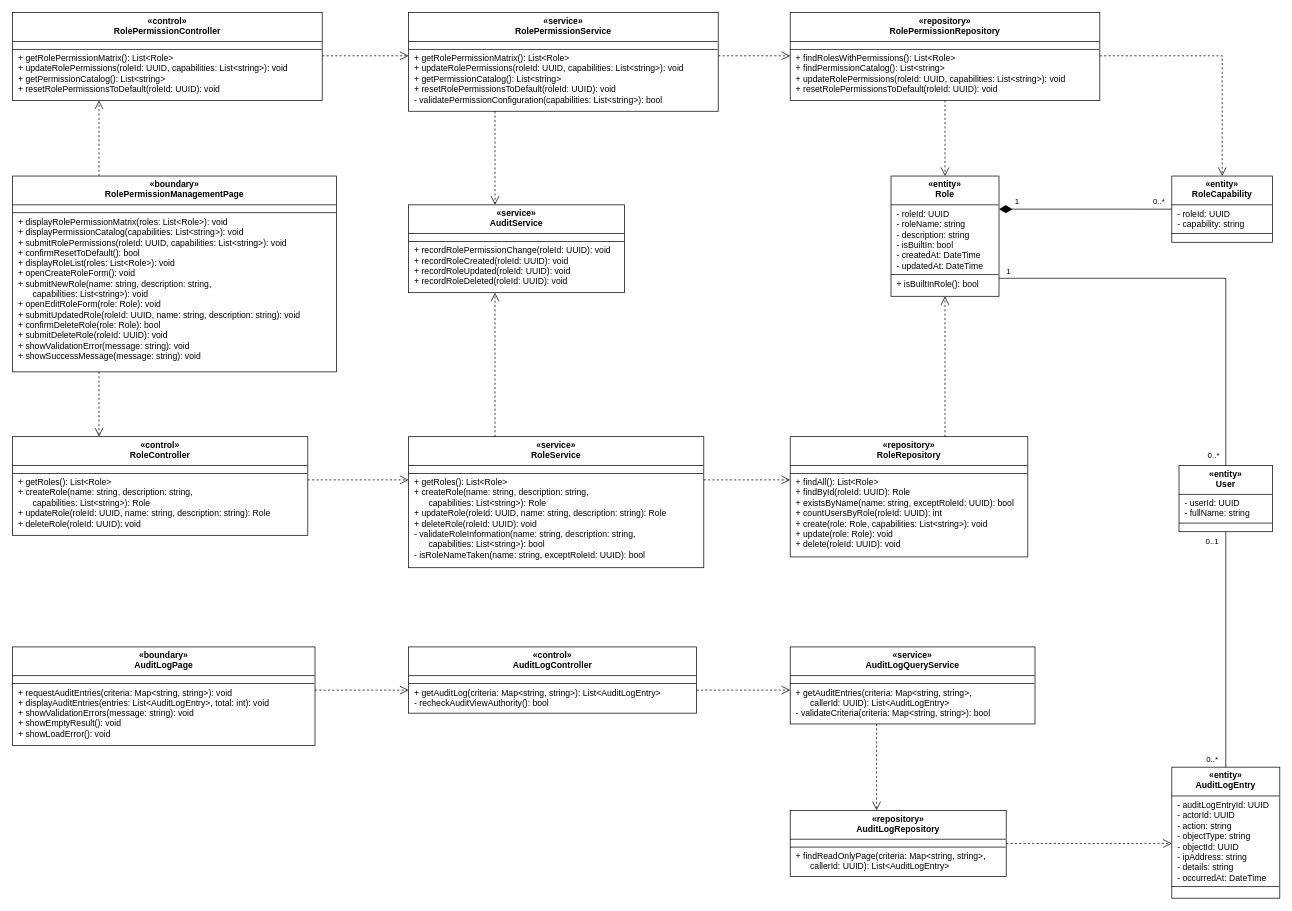
callmehai/FU-FA26-G116 keeps this draw.io diagram as docs/07-classdiagram/feature-03-role-management-class-diagram.drawio. Above is the earlier version. Source tidied: cells renumbered, new cells numbered last; positions are measured from the earlier drawing's top-left corner, leaving out a move shared by most shapes. Both pictures are drawn from the tidied source at 72%, with x=0, y=0 at pixel (12, 12).
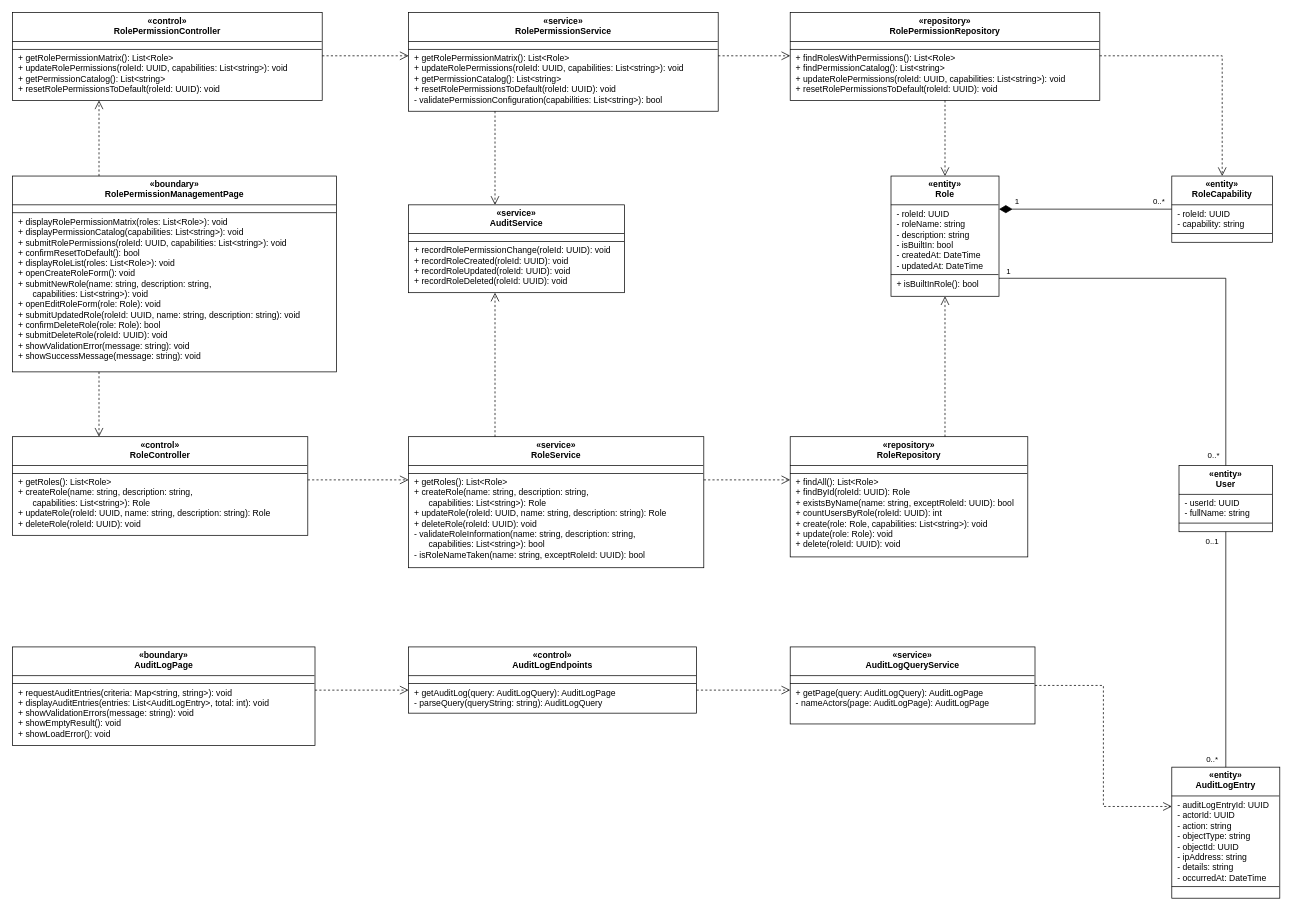
The same page after the edit.

The change refers to these unchanged cells:
```xml
<mxCell id="13" value="&lt;div style=&quot;text-align:center;font-weight:bold;padding:5px 4px 4px 4px;height:31px;&quot;&gt;«entity»&lt;br&gt;AuditLogEntry&lt;/div&gt;&lt;hr style=&quot;margin:0;border:none;border-top:1px solid #000000;height:0;&quot;&gt;&lt;div style=&quot;text-align:left;padding:5px 8px 5px 8px;white-space:nowrap;&quot;&gt;- auditLogEntryId: UUID&lt;br&gt;- actorId: UUID&lt;br&gt;- action: string&lt;br&gt;- objectType: string&lt;br&gt;- objectId: UUID&lt;br&gt;- ipAddress: string&lt;br&gt;- details: string&lt;br&gt;- occurredAt: DateTime&lt;/div&gt;&lt;hr style=&quot;margin:0;border:none;border-top:1px solid #000000;height:0;&quot;&gt;&lt;div style=&quot;text-align:left;padding:5px 8px 5px 8px;white-space:nowrap;&quot;&gt;&lt;/div&gt;" style="rounded=0;whiteSpace=wrap;html=1;align=left;verticalAlign=top;spacing=0;overflow=fill;fillColor=#ffffff;strokeColor=#000000;fontSize=12;fontFamily=Helvetica;fontColor=#000000;" parent="1" vertex="1">
  <mxGeometry x="1610" y="1048" width="150" height="182" as="geometry" />
</mxCell>
```

What changed in the source:
```diff
@@
-    <mxCell id="15" value="&lt;div style=&quot;text-align:center;font-weight:bold;padding:5px 4px 4px 4px;height:31px;&quot;&gt;«control»&lt;br&gt;AuditLogController&lt;/div&gt;&lt;hr style=&quot;margin:0;border:none;border-top:1px solid #000000;height:0;&quot;&gt;&lt;div style=&quot;text-align:left;padding:5px 8px 5px 8px;white-space:nowrap;&quot;&gt;&lt;/div&gt;&lt;hr style=&quot;margin:0;border:none;border-top:1px solid #000000;height:0;&quot;&gt;&lt;div style=&quot;text-align:left;padding:5px 8px 5px 8px;white-space:nowrap;&quot;&gt;+ getAuditLog(criteria: Map&amp;lt;string, string&amp;gt;): List&amp;lt;AuditLogEntry&amp;gt;&lt;br&gt;- recheckAuditViewAuthority(): bool&lt;/div&gt;" style="rounded=0;whiteSpace=wrap;html=1;align=left;verticalAlign=top;spacing=0;overflow=fill;fillColor=#ffffff;strokeColor=#000000;fontSize=12;fontFamily=Helvetica;fontColor=#000000;" parent="1" vertex="1">
+    <mxCell id="15" value="&lt;div style=&quot;text-align:center;font-weight:bold;padding:5px 4px 4px 4px;height:31px;&quot;&gt;«control»&lt;br&gt;AuditLogEndpoints&lt;/div&gt;&lt;hr style=&quot;margin:0;border:none;border-top:1px solid #000000;height:0;&quot;&gt;&lt;div style=&quot;text-align:left;padding:5px 8px 5px 8px;white-space:nowrap;&quot;&gt;&lt;/div&gt;&lt;hr style=&quot;margin:0;border:none;border-top:1px solid #000000;height:0;&quot;&gt;&lt;div style=&quot;text-align:left;padding:5px 8px 5px 8px;white-space:nowrap;&quot;&gt;+ getAuditLog(query: AuditLogQuery): AuditLogPage&lt;br&gt;- parseQuery(queryString: string): AuditLogQuery&lt;/div&gt;" style="rounded=0;whiteSpace=wrap;html=1;align=left;verticalAlign=top;spacing=0;overflow=fill;fillColor=#ffffff;strokeColor=#000000;fontSize=12;fontFamily=Helvetica;fontColor=#000000;" parent="1" vertex="1">
       <mxGeometry x="550" y="881" width="400" height="92" as="geometry" />
     </mxCell>
-    <mxCell id="16" value="&lt;div style=&quot;text-align:center;font-weight:bold;padding:5px 4px 4px 4px;height:31px;&quot;&gt;«service»&lt;br&gt;AuditLogQueryService&lt;/div&gt;&lt;hr style=&quot;margin:0;border:none;border-top:1px solid #000000;height:0;&quot;&gt;&lt;div style=&quot;text-align:left;padding:5px 8px 5px 8px;white-space:nowrap;&quot;&gt;&lt;/div&gt;&lt;hr style=&quot;margin:0;border:none;border-top:1px solid #000000;height:0;&quot;&gt;&lt;div style=&quot;text-align:left;padding:5px 8px 5px 8px;white-space:nowrap;&quot;&gt;+ getAuditEntries(criteria: Map&amp;lt;string, string&amp;gt;,&lt;br&gt;&amp;nbsp;&amp;nbsp;&amp;nbsp;&amp;nbsp;&amp;nbsp;&amp;nbsp;callerId: UUID): List&amp;lt;AuditLogEntry&amp;gt;&lt;br&gt;- validateCriteria(criteria: Map&amp;lt;string, string&amp;gt;): bool&lt;/div&gt;" style="rounded=0;whiteSpace=wrap;html=1;align=left;verticalAlign=top;spacing=0;overflow=fill;fillColor=#ffffff;strokeColor=#000000;fontSize=12;fontFamily=Helvetica;fontColor=#000000;" parent="1" vertex="1">
+    <mxCell id="16" value="&lt;div style=&quot;text-align:center;font-weight:bold;padding:5px 4px 4px 4px;height:31px;&quot;&gt;«service»&lt;br&gt;AuditLogQueryService&lt;/div&gt;&lt;hr style=&quot;margin:0;border:none;border-top:1px solid #000000;height:0;&quot;&gt;&lt;div style=&quot;text-align:left;padding:5px 8px 5px 8px;white-space:nowrap;&quot;&gt;&lt;/div&gt;&lt;hr style=&quot;margin:0;border:none;border-top:1px solid #000000;height:0;&quot;&gt;&lt;div style=&quot;text-align:left;padding:5px 8px 5px 8px;white-space:nowrap;&quot;&gt;+ getPage(query: AuditLogQuery): AuditLogPage&lt;br&gt;- nameActors(page: AuditLogPage): AuditLogPage&lt;/div&gt;" style="rounded=0;whiteSpace=wrap;html=1;align=left;verticalAlign=top;spacing=0;overflow=fill;fillColor=#ffffff;strokeColor=#000000;fontSize=12;fontFamily=Helvetica;fontColor=#000000;" parent="1" vertex="1">
       <mxGeometry x="1080" y="881" width="340" height="107" as="geometry" />
     </mxCell>
-    <mxCell id="17" value="&lt;div style=&quot;text-align:center;font-weight:bold;padding:5px 4px 4px 4px;height:31px;&quot;&gt;«repository»&lt;br&gt;AuditLogRepository&lt;/div&gt;&lt;hr style=&quot;margin:0;border:none;border-top:1px solid #000000;height:0;&quot;&gt;&lt;div style=&quot;text-align:left;padding:5px 8px 5px 8px;white-space:nowrap;&quot;&gt;&lt;/div&gt;&lt;hr style=&quot;margin:0;border:none;border-top:1px solid #000000;height:0;&quot;&gt;&lt;div style=&quot;text-align:left;padding:5px 8px 5px 8px;white-space:nowrap;&quot;&gt;+ findReadOnlyPage(criteria: Map&amp;lt;string, string&amp;gt;,&lt;br&gt;&amp;nbsp;&amp;nbsp;&amp;nbsp;&amp;nbsp;&amp;nbsp;&amp;nbsp;callerId: UUID): List&amp;lt;AuditLogEntry&amp;gt;&lt;/div&gt;" style="rounded=0;whiteSpace=wrap;html=1;align=left;verticalAlign=top;spacing=0;overflow=fill;fillColor=#ffffff;strokeColor=#000000;fontSize=12;fontFamily=Helvetica;fontColor=#000000;" parent="1" vertex="1">
-      <mxGeometry x="1080" y="1108" width="300" height="92" as="geometry" />
-    </mxCell>
@@
-    <mxCell id="40" style="edgeStyle=orthogonalEdgeStyle;rounded=0;html=1;strokeColor=#000000;fontSize=11;fontFamily=Helvetica;labelBackgroundColor=#ffffff;dashed=1;endArrow=open;endFill=0;endSize=10;startArrow=none;exitX=0.3529;exitY=1;exitDx=0;exitDy=0;entryX=0.4;entryY=0;entryDx=0;entryDy=0;" parent="1" edge="1" source="16" target="17">
-      <mxGeometry relative="1" as="geometry" />
-    </mxCell>
-    <mxCell id="41" style="edgeStyle=orthogonalEdgeStyle;rounded=0;html=1;strokeColor=#000000;fontSize=11;fontFamily=Helvetica;labelBackgroundColor=#ffffff;dashed=1;endArrow=open;endFill=0;endSize=10;startArrow=none;exitX=1;exitY=0.5;exitDx=0;exitDy=0;entryX=0;entryY=0.5824;entryDx=0;entryDy=0;" parent="1" edge="1" source="17" target="13">
+    <mxCell id="41" style="edgeStyle=orthogonalEdgeStyle;rounded=0;html=1;strokeColor=#000000;fontSize=11;fontFamily=Helvetica;labelBackgroundColor=#ffffff;dashed=1;endArrow=open;endFill=0;endSize=10;startArrow=none;exitX=1;exitY=0.5;exitDx=0;exitDy=0;entryX=0;entryY=0.3;entryDx=0;entryDy=0;" parent="1" edge="1" source="16" target="13">
       <mxGeometry relative="1" as="geometry" />
     </mxCell>
```
